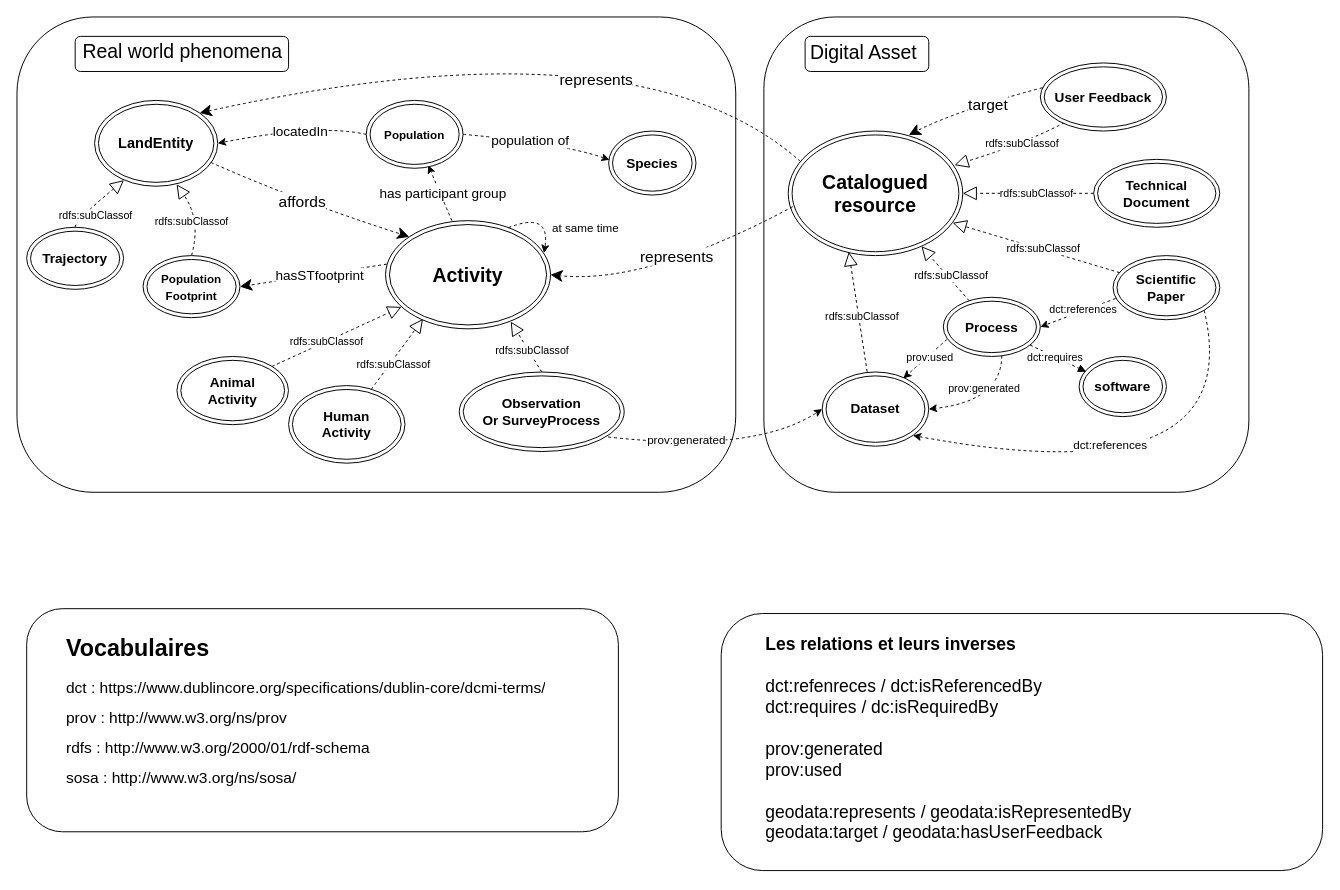
Earlier version of the draw.io diagram page "Schema principal" (1 of 6) of docs/diagrams/model_KG_article_long.drawio (IntForOut/outdoorPressure). Source tidied: cells renumbered, new cells numbered last; positions are measured from the earlier drawing's top-left corner, leaving out a move shared by most shapes. Both pictures are drawn from the tidied source at 97%, with x=0, y=0 at pixel (16, 16).
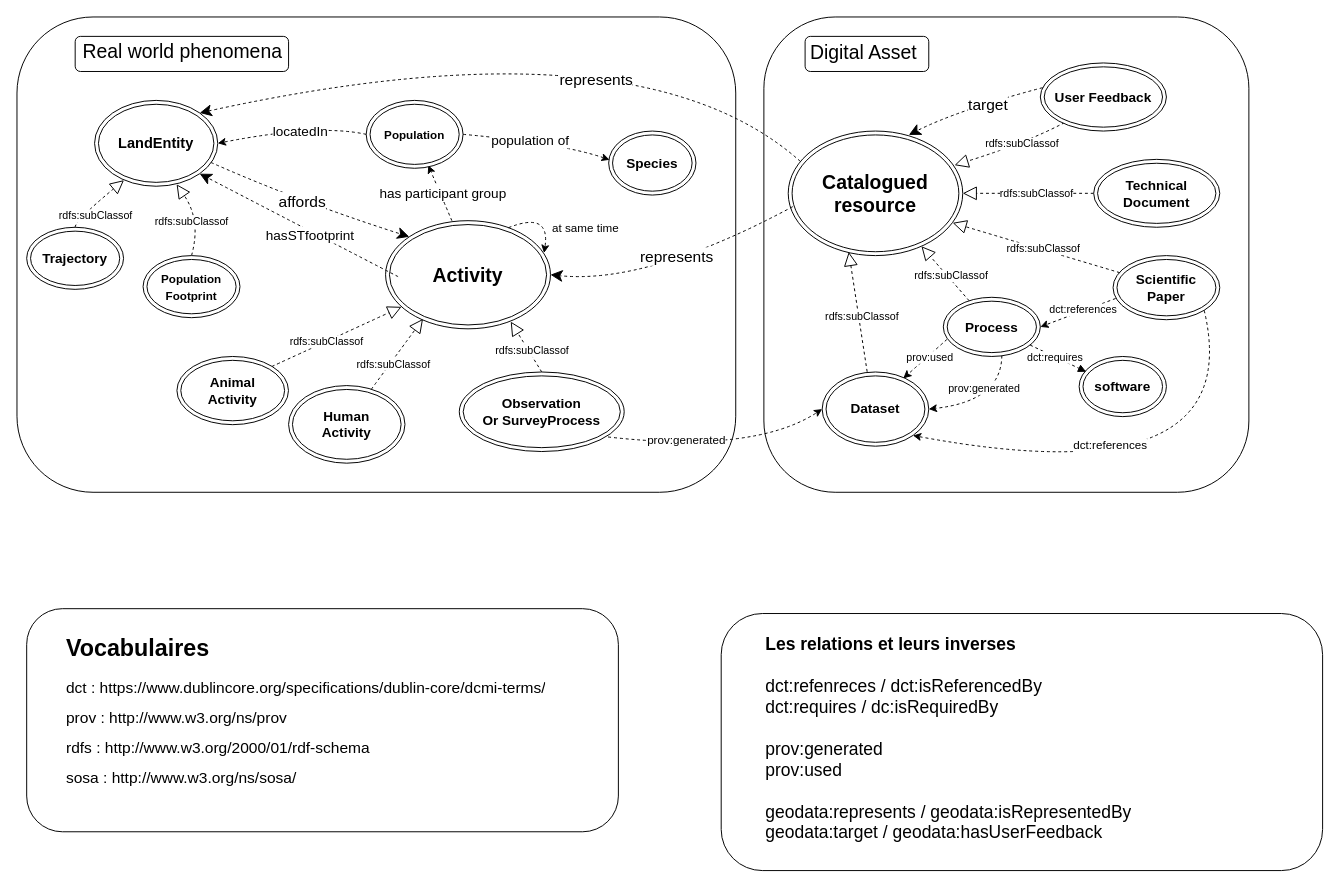
After the change.

The change refers to these unchanged cells:
```xml
<mxCell id="18" value="&lt;b&gt;&lt;font style=&quot;font-size: 15px;&quot;&gt;LandEntity&lt;/font&gt;&lt;/b&gt;" style="ellipse;shape=doubleEllipse;whiteSpace=wrap;html=1;fontSize=14;" parent="1" vertex="1">
  <mxGeometry x="80" y="86" width="127" height="88.5" as="geometry" />
</mxCell>
<mxCell id="21" value="&lt;b&gt;&lt;font style=&quot;font-size: 20px;&quot;&gt;Activity&lt;/font&gt;&lt;/b&gt;" style="ellipse;shape=doubleEllipse;whiteSpace=wrap;html=1;fontSize=14;" parent="1" vertex="1">
  <mxGeometry x="380" y="210" width="170" height="111.5" as="geometry" />
</mxCell>
<mxCell id="71" value="&lt;b&gt;&lt;font style=&quot;font-size: 12px;&quot;&gt;Population&lt;/font&gt;&lt;/b&gt;&lt;div&gt;&lt;b&gt;&lt;font style=&quot;font-size: 12px;&quot;&gt;Footprint&lt;/font&gt;&lt;/b&gt;&lt;/div&gt;" style="ellipse;shape=doubleEllipse;whiteSpace=wrap;html=1;fontSize=14;" parent="1" vertex="1">
  <mxGeometry x="130" y="246" width="99.9" height="64" as="geometry" />
</mxCell>
```

Change to the diagram source:
```diff
@@
-    <mxCell id="72" style="edgeStyle=none;html=1;entryX=1;entryY=0.5;entryDx=0;entryDy=0;dashed=1;rounded=0;curved=1;exitX=0.007;exitY=0.402;exitDx=0;exitDy=0;exitPerimeter=0;endSize=10;" parent="1" edge="1" source="21" target="71">
-      <mxGeometry relative="1" as="geometry" />
+    <mxCell id="72" style="edgeStyle=none;html=1;entryX=1;entryY=1;entryDx=0;entryDy=0;dashed=1;rounded=0;curved=1;exitX=0.007;exitY=0.402;exitDx=0;exitDy=0;exitPerimeter=0;endSize=10;" parent="1" edge="1" target="18">
+      <mxGeometry relative="1" as="geometry">
+        <mxPoint x="392.9" y="267.7" as="sourcePoint" />
+      </mxGeometry>
     </mxCell>
```
